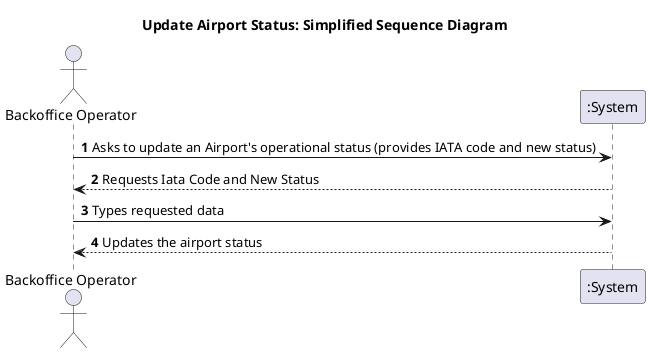
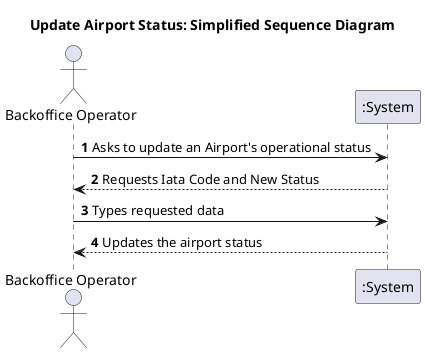
@startuml
'https://plantuml.com/sequence-diagram

autonumber

title Update Airport Status: Simplified Sequence Diagram

actor "Backoffice Operator" as BO
participant ":System" as S

- BO -> S: Asks to update an Airport's operational status (provides IATA code and new status)
+ BO -> S: Asks to update an Airport's operational status
S --> BO: Requests Iata Code and New Status

BO -> S:Types requested data
S --> BO: Updates the airport status

@enduml